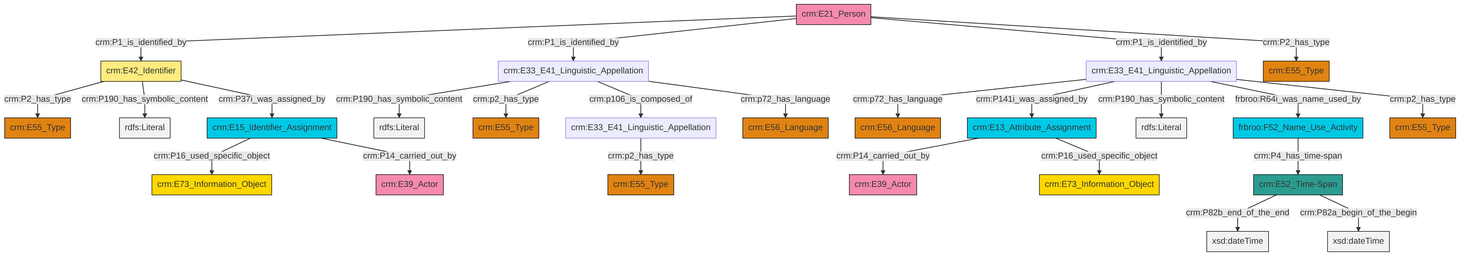
The Mermaid diagram et/personCSV/ttl/mmd/png/Person_Names_and_Classification.png in swiss-art-research-net/docs.swissartresearch, before a commit. Its source is kept beside it as et/personCSV/ttl/mmd/Person_Names_and_Classification.ttl.mmd.
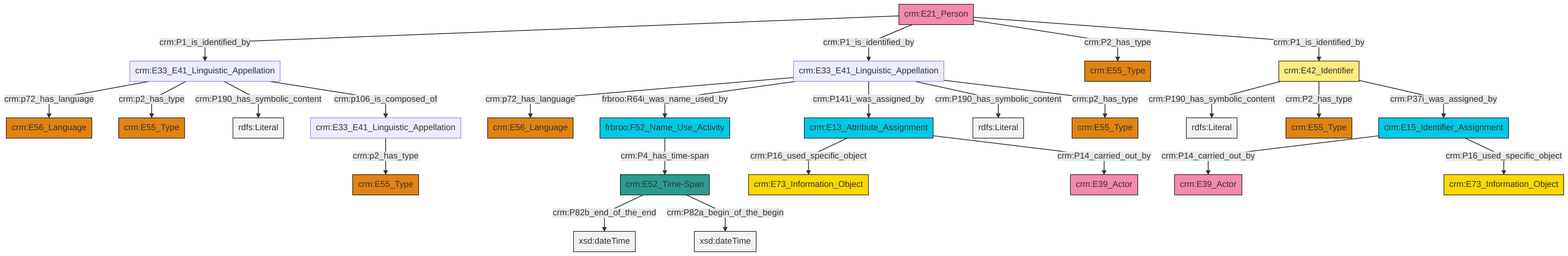
After the commit.

Change to the diagram source:
```diff
@@ -13,27 +13,27 @@
 classDef PC_Classes fill:#4ce600, stroke:#000000;
 classDef Multi fill:#cccccc,stroke:#000000;
 
-0["crm:E33_E41_Linguistic_Appellation"]:::Default -->|crm:p2_has_type| 1["crm:E55_Type"]:::Type
-6["crm:E33_E41_Linguistic_Appellation"]:::Default -->|crm:P190_has_symbolic_content| 7[rdfs:Literal]:::Literal
-6["crm:E33_E41_Linguistic_Appellation"]:::Default -->|crm:p2_has_type| 8["crm:E55_Type"]:::Type
-6["crm:E33_E41_Linguistic_Appellation"]:::Default -->|crm:p106_is_composed_of| 0["crm:E33_E41_Linguistic_Appellation"]:::Default
-17["crm:E33_E41_Linguistic_Appellation"]:::Default -->|crm:p72_has_language| 18["crm:E56_Language"]:::Type
-17["crm:E33_E41_Linguistic_Appellation"]:::Default -->|crm:P141i_was_assigned_by| 13["crm:E13_Attribute_Assignment"]:::Temporal_Entity
-6["crm:E33_E41_Linguistic_Appellation"]:::Default -->|crm:p72_has_language| 25["crm:E56_Language"]:::Type
-19["crm:E15_Identifier_Assignment"]:::Temporal_Entity -->|crm:P16_used_specific_object| 26["crm:E73_Information_Object"]:::Conceptual_Object
-27["crm:E42_Identifier"]:::Appellation -->|crm:P2_has_type| 2["crm:E55_Type"]:::Type
-15["crm:E21_Person"]:::Actor -->|crm:P1_is_identified_by| 27["crm:E42_Identifier"]:::Appellation
-15["crm:E21_Person"]:::Actor -->|crm:P1_is_identified_by| 6["crm:E33_E41_Linguistic_Appellation"]:::Default
-29["crm:E52_Time-Span"]:::Time-Span -->|crm:P82b_end_of_the_end| 30[xsd:dateTime]:::Literal
-27["crm:E42_Identifier"]:::Appellation -->|crm:P190_has_symbolic_content| 32[rdfs:Literal]:::Literal
-29["crm:E52_Time-Span"]:::Time-Span -->|crm:P82a_begin_of_the_begin| 34[xsd:dateTime]:::Literal
-17["crm:E33_E41_Linguistic_Appellation"]:::Default -->|crm:P190_has_symbolic_content| 40[rdfs:Literal]:::Literal
-17["crm:E33_E41_Linguistic_Appellation"]:::Default -->|frbroo:R64i_was_name_used_by| 38["frbroo:F52_Name_Use_Activity"]:::Temporal_Entity
-13["crm:E13_Attribute_Assignment"]:::Temporal_Entity -->|crm:P14_carried_out_by| 9["crm:E39_Actor"]:::Actor
-13["crm:E13_Attribute_Assignment"]:::Temporal_Entity -->|crm:P16_used_specific_object| 35["crm:E73_Information_Object"]:::Conceptual_Object
-19["crm:E15_Identifier_Assignment"]:::Temporal_Entity -->|crm:P14_carried_out_by| 11["crm:E39_Actor"]:::Actor
-38["frbroo:F52_Name_Use_Activity"]:::Temporal_Entity -->|crm:P4_has_time-span| 29["crm:E52_Time-Span"]:::Time-Span
-17["crm:E33_E41_Linguistic_Appellation"]:::Default -->|crm:p2_has_type| 4["crm:E55_Type"]:::Type
-15["crm:E21_Person"]:::Actor -->|crm:P1_is_identified_by| 17["crm:E33_E41_Linguistic_Appellation"]:::Default
-27["crm:E42_Identifier"]:::Appellation -->|crm:P37i_was_assigned_by| 19["crm:E15_Identifier_Assignment"]:::Temporal_Entity
-15["crm:E21_Person"]:::Actor -->|crm:P2_has_type| 22["crm:E55_Type"]:::Type
+4["crm:E42_Identifier"]:::Appellation -->|crm:P190_has_symbolic_content| 5[rdfs:Literal]:::Literal
+6["crm:E33_E41_Linguistic_Appellation"]:::Default -->|crm:p72_has_language| 7["crm:E56_Language"]:::Type
+9["crm:E15_Identifier_Assignment"]:::Temporal_Entity -->|crm:P14_carried_out_by| 10["crm:E39_Actor"]:::Actor
+2["crm:E21_Person"]:::Actor -->|crm:P1_is_identified_by| 11["crm:E33_E41_Linguistic_Appellation"]:::Default
+14["crm:E13_Attribute_Assignment"]:::Temporal_Entity -->|crm:P16_used_specific_object| 15["crm:E73_Information_Object"]:::Conceptual_Object
+9["crm:E15_Identifier_Assignment"]:::Temporal_Entity -->|crm:P16_used_specific_object| 20["crm:E73_Information_Object"]:::Conceptual_Object
+4["crm:E42_Identifier"]:::Appellation -->|crm:P2_has_type| 21["crm:E55_Type"]:::Type
+24["frbroo:F52_Name_Use_Activity"]:::Temporal_Entity -->|crm:P4_has_time-span| 25["crm:E52_Time-Span"]:::Time-Span
+25["crm:E52_Time-Span"]:::Time-Span -->|crm:P82b_end_of_the_end| 26[xsd:dateTime]:::Literal
+4["crm:E42_Identifier"]:::Appellation -->|crm:P37i_was_assigned_by| 9["crm:E15_Identifier_Assignment"]:::Temporal_Entity
+6["crm:E33_E41_Linguistic_Appellation"]:::Default -->|frbroo:R64i_was_name_used_by| 24["frbroo:F52_Name_Use_Activity"]:::Temporal_Entity
+6["crm:E33_E41_Linguistic_Appellation"]:::Default -->|crm:P141i_was_assigned_by| 14["crm:E13_Attribute_Assignment"]:::Temporal_Entity
+11["crm:E33_E41_Linguistic_Appellation"]:::Default -->|crm:p72_has_language| 27["crm:E56_Language"]:::Type
+6["crm:E33_E41_Linguistic_Appellation"]:::Default -->|crm:P190_has_symbolic_content| 29[rdfs:Literal]:::Literal
+11["crm:E33_E41_Linguistic_Appellation"]:::Default -->|crm:p2_has_type| 12["crm:E55_Type"]:::Type
+2["crm:E21_Person"]:::Actor -->|crm:P1_is_identified_by| 6["crm:E33_E41_Linguistic_Appellation"]:::Default
+6["crm:E33_E41_Linguistic_Appellation"]:::Default -->|crm:p2_has_type| 22["crm:E55_Type"]:::Type
+2["crm:E21_Person"]:::Actor -->|crm:P2_has_type| 31["crm:E55_Type"]:::Type
+2["crm:E21_Person"]:::Actor -->|crm:P1_is_identified_by| 4["crm:E42_Identifier"]:::Appellation
+25["crm:E52_Time-Span"]:::Time-Span -->|crm:P82a_begin_of_the_begin| 35[xsd:dateTime]:::Literal
+14["crm:E13_Attribute_Assignment"]:::Temporal_Entity -->|crm:P14_carried_out_by| 0["crm:E39_Actor"]:::Actor
+11["crm:E33_E41_Linguistic_Appellation"]:::Default -->|crm:P190_has_symbolic_content| 37[rdfs:Literal]:::Literal
+11["crm:E33_E41_Linguistic_Appellation"]:::Default -->|crm:p106_is_composed_of| 18["crm:E33_E41_Linguistic_Appellation"]:::Default
+18["crm:E33_E41_Linguistic_Appellation"]:::Default -->|crm:p2_has_type| 38["crm:E55_Type"]:::Type
```
